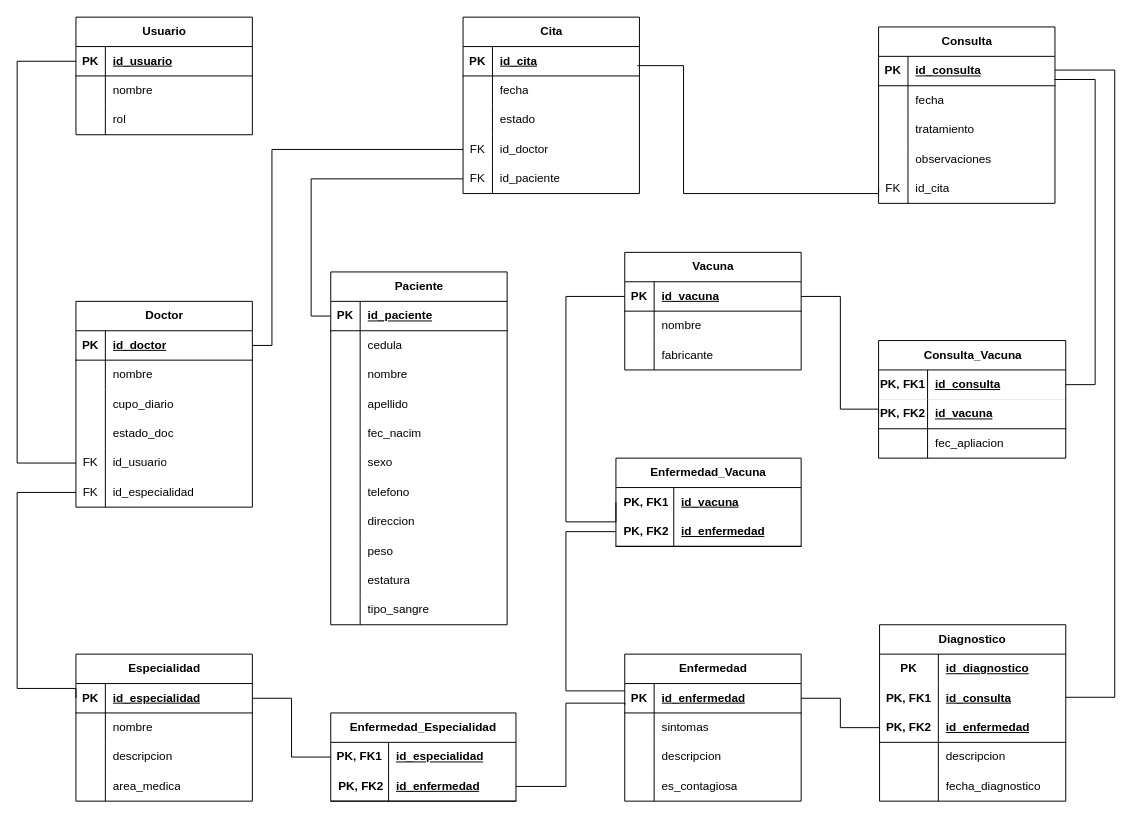
The draw.io diagram MR_proyecto_final.drawio in lizmarietorres123/ProyectoFinalBD, before the edit. Source tidied: cells renumbered, new cells numbered last; positions are measured from the earlier drawing's top-left corner, leaving out a move shared by most shapes. Both pictures are drawn from the tidied source at 98%, with x=0, y=0 at pixel (17, 17).
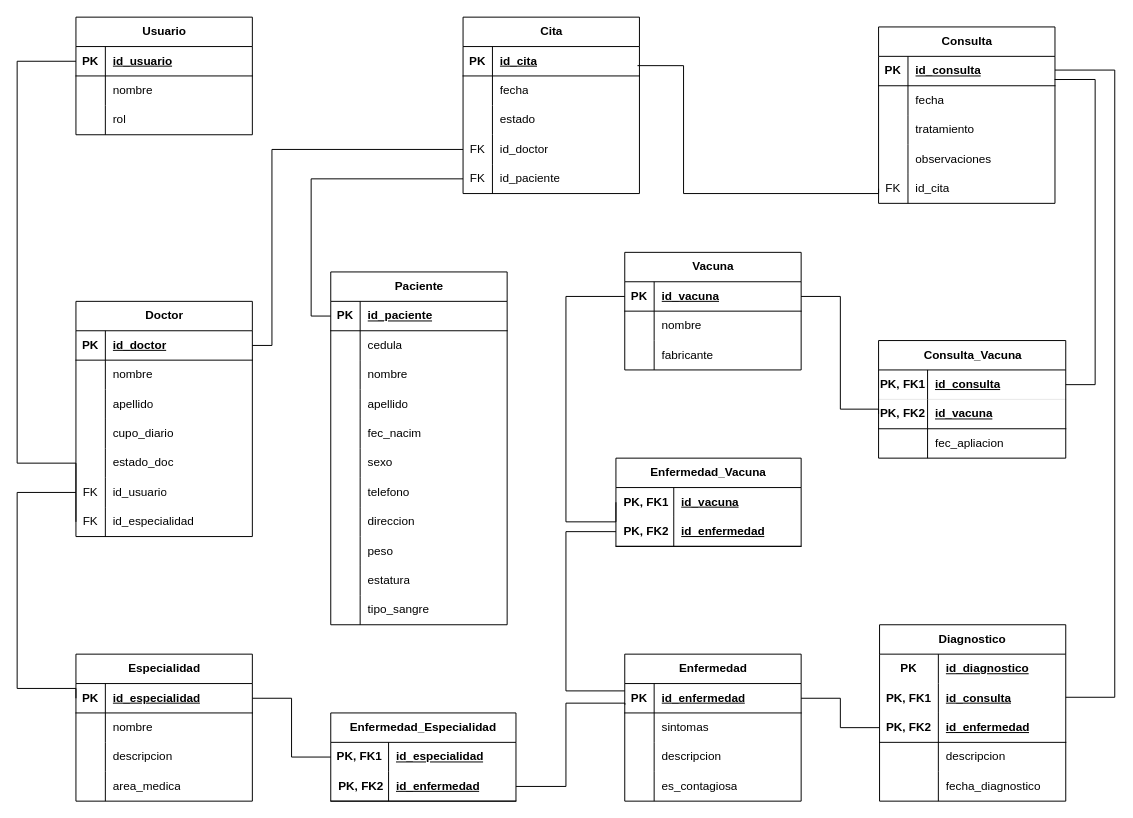
The same page after the edit.

Commit message:
Agregar apellido a doctor en mr

The edit, as a diff of the source:
```diff
@@
     <mxCell id="84" value="Doctor" style="shape=table;startSize=30;childLayout=tableLayout;rowLines=0;fontStyle=1;align=center;html=1;" parent="1" vertex="1">
-      <mxGeometry x="60" y="290" width="180" height="210" as="geometry" />
+      <mxGeometry x="60" y="290" width="180" height="240" as="geometry" />
     </mxCell>
@@
+    <mxCell id="186" style="shape=tableRow;horizontal=0;startSize=0;swimlaneHead=0;swimlaneBody=0;fillColor=none;top=0;left=0;right=0;bottom=0;" parent="84" vertex="1">
+      <mxGeometry y="90" width="180" height="30" as="geometry" />
+    </mxCell>
+    <mxCell id="187" style="shape=partialRectangle;fillColor=none;top=0;left=0;bottom=0;right=0;overflow=hidden;whiteSpace=wrap;html=1;" parent="186" vertex="1">
+      <mxGeometry width="30" height="30" as="geometry" />
+    </mxCell>
+    <mxCell id="188" value="apellido" style="shape=partialRectangle;fillColor=none;top=0;left=0;bottom=0;right=0;align=left;spacingLeft=6;overflow=hidden;whiteSpace=wrap;html=1;" parent="186" vertex="1">
+      <mxGeometry x="30" width="150" height="30" as="geometry" />
+    </mxCell>
     <mxCell id="91" style="shape=tableRow;horizontal=0;startSize=0;swimlaneHead=0;swimlaneBody=0;fillColor=none;top=0;left=0;right=0;bottom=0;" parent="84" vertex="1">
-      <mxGeometry y="90" width="180" height="30" as="geometry" />
+      <mxGeometry y="120" width="180" height="30" as="geometry" />
     </mxCell>
@@
     <mxCell id="94" style="shape=tableRow;horizontal=0;startSize=0;swimlaneHead=0;swimlaneBody=0;fillColor=none;top=0;left=0;right=0;bottom=0;" parent="84" vertex="1">
-      <mxGeometry y="120" width="180" height="30" as="geometry" />
+      <mxGeometry y="150" width="180" height="30" as="geometry" />
     </mxCell>
@@
     <mxCell id="97" style="shape=tableRow;horizontal=0;startSize=0;swimlaneHead=0;swimlaneBody=0;fillColor=none;points=[[0,0.5],[1,0.5]];portConstraint=eastwest;top=0;left=0;right=0;bottom=0;" parent="84" vertex="1">
-      <mxGeometry y="150" width="180" height="30" as="geometry" />
+      <mxGeometry y="180" width="180" height="30" as="geometry" />
     </mxCell>
@@
     <mxCell id="100" style="shape=tableRow;horizontal=0;startSize=0;swimlaneHead=0;swimlaneBody=0;fillColor=none;points=[[0,0.5],[1,0.5]];portConstraint=eastwest;top=0;left=0;right=0;bottom=0;" parent="84" vertex="1">
-      <mxGeometry y="180" width="180" height="30" as="geometry" />
+      <mxGeometry y="210" width="180" height="30" as="geometry" />
     </mxCell>
```
